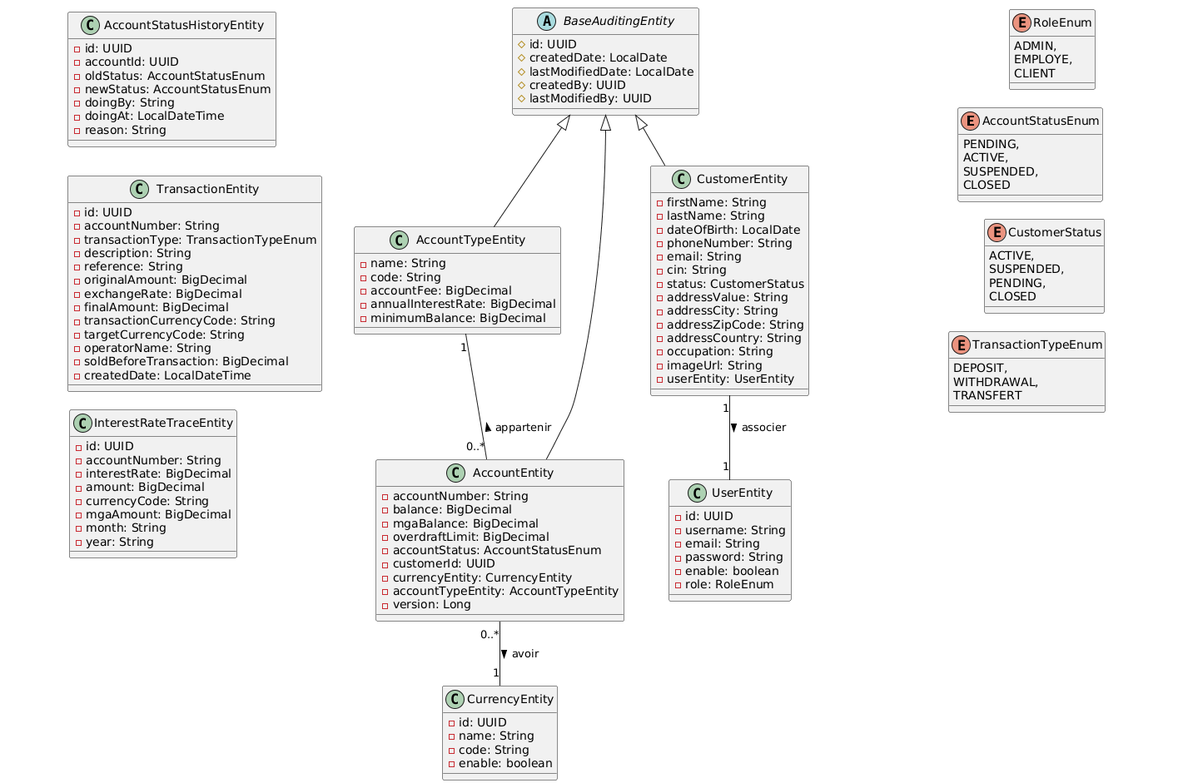
The PlantUML diagram screenshots/class-diagram.png in rivohery/micro-finance, before a commit. Its diagram source:
```plantuml
@startuml
enum AccountStatusEnum {
    PENDING,
    ACTIVE,
    SUSPENDED,
    CLOSED
}

enum CustomerStatus {
    ACTIVE,
    SUSPENDED,
    PENDING,
    CLOSED
}

enum RoleEnum {
    ADMIN,
    EMPLOYE,
    CLIENT
}

enum TransactionTypeEnum {
    DEPOSIT,
    WITHDRAWAL,
    TRANSFERT
}

class TransactionEntity {
  - id: UUID
  - accountNumber: String
  - transactionType: TransactionTypeEnum
  - description: String
  - reference: String
  - originalAmount: BigDecimal
  - exchangeRate: BigDecimal
  - finalAmount: BigDecimal
  - transactionCurrencyCode: String
  - targetCurrencyCode: String
  - operatorName: String
  - soldBeforeTransaction: BigDecimal
  - createdDate: LocalDateTime
}

class AccountStatusHistoryEntity {
  - id: UUID
  - accountId: UUID
  - oldStatus: AccountStatusEnum
  - newStatus: AccountStatusEnum
  - doingBy: String
  - doingAt: LocalDateTime
  - reason: String
}

class InterestRateTraceEntity {
  - id: UUID
  - accountNumber: String
  - interestRate: BigDecimal
  - amount: BigDecimal
  - currencyCode: String
  - mgaAmount: BigDecimal
  - month: String
  - year: String
}

abstract class BaseAuditingEntity {
  # id: UUID
  # createdDate: LocalDate
  # lastModifiedDate: LocalDate
  # createdBy: UUID
  # lastModifiedBy: UUID
}

class AccountTypeEntity {
    - name: String
    - code: String
    - accountFee: BigDecimal
    - annualInterestRate: BigDecimal
    - minimumBalance: BigDecimal
}

BaseAuditingEntity <|-- AccountTypeEntity

class CurrencyEntity {
    - id: UUID
    - name: String
    - code: String
    - enable: boolean
}

class AccountEntity {
    - accountNumber: String
    - balance: BigDecimal
    - mgaBalance: BigDecimal
    - overdraftLimit: BigDecimal
    - accountStatus: AccountStatusEnum
    - customerId: UUID
    - currencyEntity: CurrencyEntity
    - accountTypeEntity: AccountTypeEntity
    - version: Long
}

BaseAuditingEntity <|-- AccountEntity
AccountEntity "0..*" -- "1" CurrencyEntity : avoir >
AccountTypeEntity "1" -- "0..*" AccountEntity : appartenir <

class UserEntity {
    - id: UUID
    - username: String
    - email: String
    - password: String
    - enable: boolean
    - role: RoleEnum
}

class CustomerEntity {
   - firstName: String
   - lastName: String
   - dateOfBirth: LocalDate
   - phoneNumber: String
   - email: String
   - cin: String
   - status: CustomerStatus
   - addressValue: String
   - addressCity: String
   - addressZipCode: String
   - addressCountry: String
   - occupation: String
   - imageUrl: String
   - userEntity: UserEntity
}

BaseAuditingEntity <|-- CustomerEntity
CustomerEntity "1" -- "1" UserEntity : associer >
@enduml
```
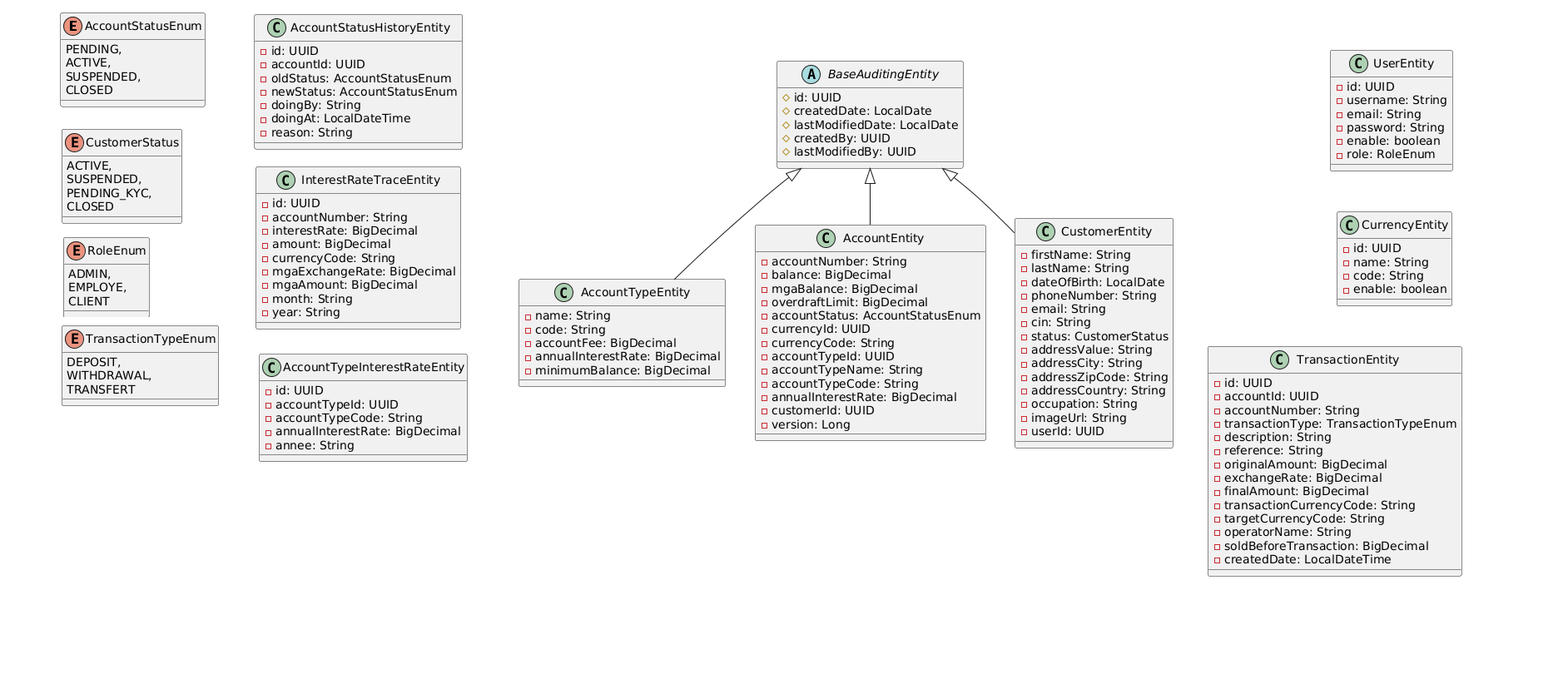
The same diagram one commit later.

The edit, as a diff of the source:
```diff
@@ -9,7 +9,7 @@
 enum CustomerStatus {
     ACTIVE,
     SUSPENDED,
-    PENDING,
+    PENDING_KYC,
     CLOSED
 }
 
@@ -27,6 +27,7 @@
 
 class TransactionEntity {
   - id: UUID
+  - accountId: UUID
   - accountNumber: String
   - transactionType: TransactionTypeEnum
   - description: String
@@ -57,9 +58,25 @@
   - interestRate: BigDecimal
   - amount: BigDecimal
   - currencyCode: String
+  - mgaExchangeRate: BigDecimal
   - mgaAmount: BigDecimal
   - month: String
   - year: String
+}
+
+class AccountTypeInterestRateEntity {
+  - id: UUID
+  - accountTypeId: UUID
+  - accountTypeCode: String
+  - annualInterestRate: BigDecimal
+  - annee: String
+}
+
+class CurrencyEntity {
+    - id: UUID
+    - name: String
+    - code: String
+    - enable: boolean
 }
 
 abstract class BaseAuditingEntity {
@@ -69,6 +86,7 @@
   # createdBy: UUID
   # lastModifiedBy: UUID
 }
+
 
 class AccountTypeEntity {
     - name: String
@@ -80,12 +98,6 @@
 
 BaseAuditingEntity <|-- AccountTypeEntity
 
-class CurrencyEntity {
-    - id: UUID
-    - name: String
-    - code: String
-    - enable: boolean
-}
 
 class AccountEntity {
     - accountNumber: String
@@ -93,15 +105,17 @@
     - mgaBalance: BigDecimal
     - overdraftLimit: BigDecimal
     - accountStatus: AccountStatusEnum
+    - currencyId: UUID
+    - currencyCode: String
+    - accountTypeId: UUID
+    - accountTypeName: String
+    - accountTypeCode: String
+    - annualInterestRate: BigDecimal
     - customerId: UUID
-    - currencyEntity: CurrencyEntity
-    - accountTypeEntity: AccountTypeEntity
     - version: Long
 }
 
 BaseAuditingEntity <|-- AccountEntity
-AccountEntity "0..*" -- "1" CurrencyEntity : avoir >
-AccountTypeEntity "1" -- "0..*" AccountEntity : appartenir <
 
 class UserEntity {
     - id: UUID
@@ -126,9 +140,8 @@
    - addressCountry: String
    - occupation: String
    - imageUrl: String
-   - userEntity: UserEntity
+   - userId: UUID
 }
 
 BaseAuditingEntity <|-- CustomerEntity
-CustomerEntity "1" -- "1" UserEntity : associer >
 @enduml
```
